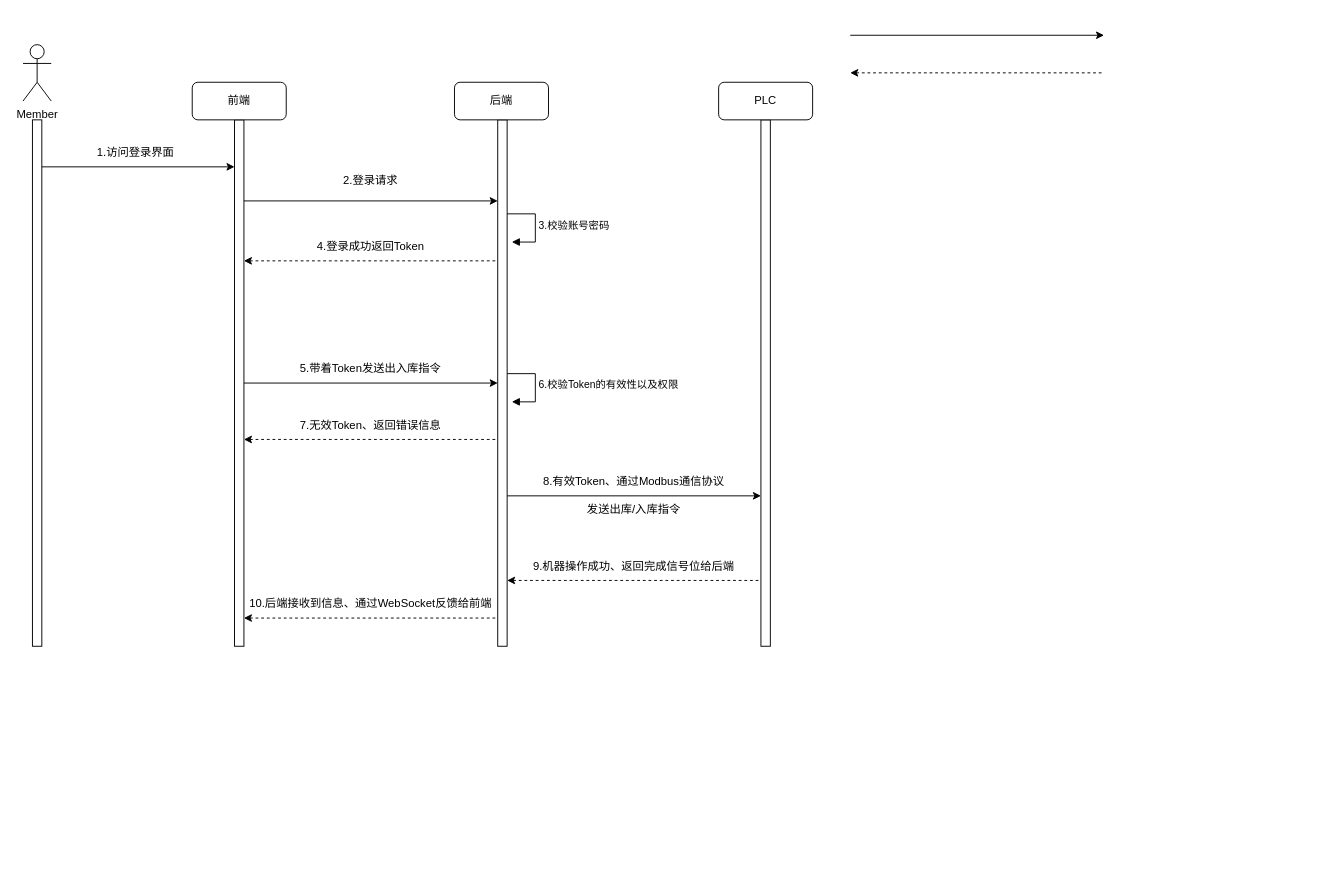
D1isney/notes keeps this draw.io diagram as page "时序图" (2 of 5) of mspaint/毕设WMS.drawio. Above is the earlier version. Source tidied: cells renumbered, new cells numbered last; positions are measured from the earlier drawing's top-left corner, leaving out a move shared by most shapes. Both pictures are drawn from the tidied source at 94%, with x=0, y=0 at pixel (23, 35).
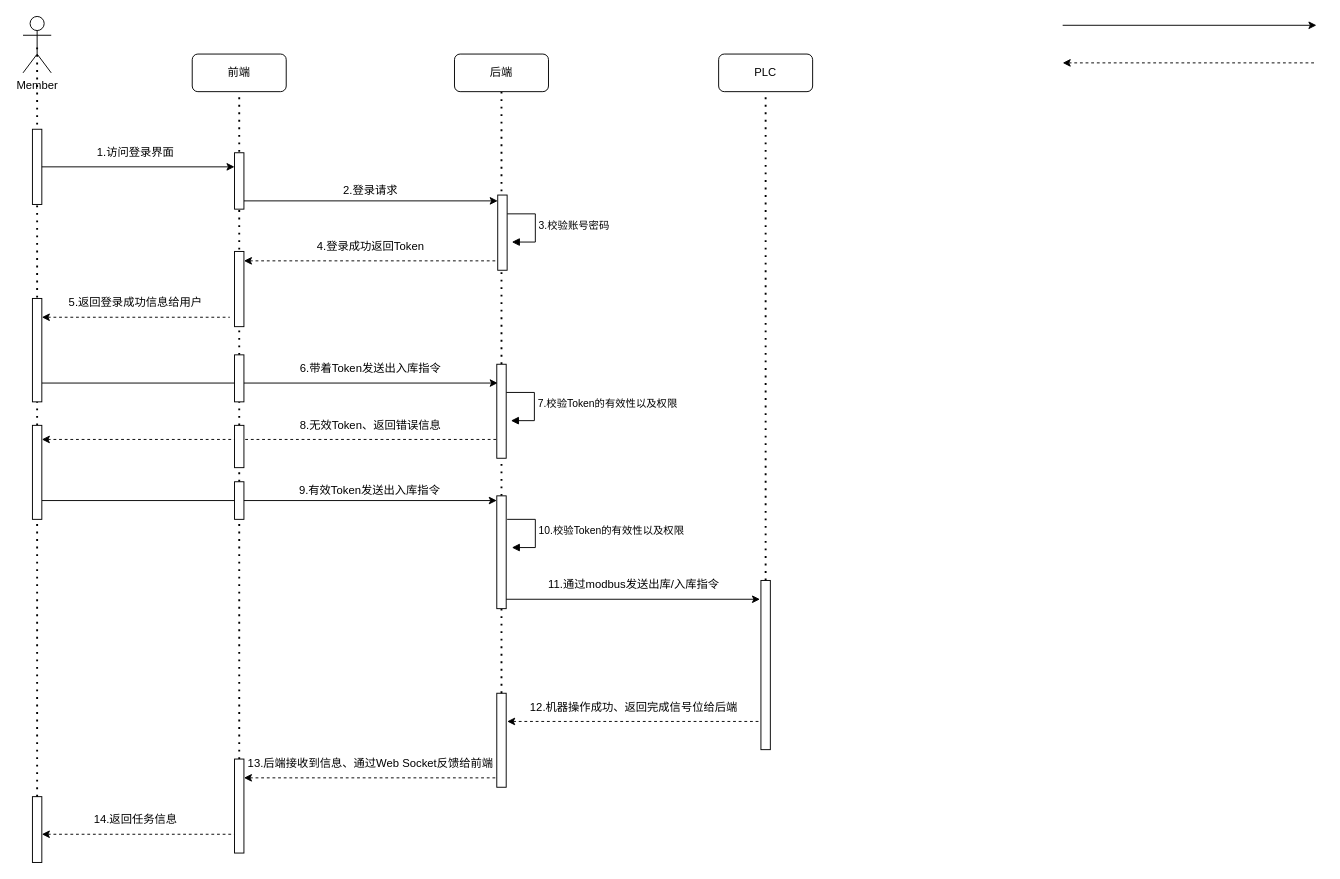
The same page after the edit.

What changed in the source:
```diff
@@
+    <mxCell id="31" style="endArrow=none;dashed=1;html=1;dashPattern=1 3;strokeWidth=2;rounded=0;entryX=0.5;entryY=1;entryDx=0;entryDy=0;" parent="1" edge="1" source="47" target="8">
+      <mxGeometry relative="1" as="geometry" />
+    </mxCell>
+    <mxCell id="32" style="endArrow=none;dashed=1;html=1;dashPattern=1 3;strokeWidth=2;rounded=0;entryX=0.5;entryY=1;entryDx=0;entryDy=0;" parent="1" edge="1" source="55" target="5">
+      <mxGeometry relative="1" as="geometry" />
+    </mxCell>
+    <mxCell id="33" style="endArrow=none;dashed=1;html=1;dashPattern=1 3;strokeWidth=2;rounded=0;entryX=0.5;entryY=0.5;entryDx=0;entryDy=0;entryPerimeter=0;" parent="1" edge="1" source="45" target="2">
+      <mxGeometry relative="1" as="geometry" />
+    </mxCell>
     <mxCell id="2" value="Member" style="shape=umlActor;verticalLabelPosition=bottom;verticalAlign=top;html=1;outlineConnect=0;" parent="1" vertex="1">
-      <mxGeometry y="10" width="30" height="60" as="geometry" />
+      <mxGeometry y="-20" width="30" height="60" as="geometry" />
     </mxCell>
     <mxCell id="3" style="html=1;points=[[0,0,0,0,5],[0,1,0,0,-5],[1,0,0,0,5],[1,1,0,0,-5]];perimeter=orthogonalPerimeter;outlineConnect=0;targetShapes=umlLifeline;portConstraint=eastwest;newEdgeStyle={&quot;curved&quot;:0,&quot;rounded&quot;:0};" parent="1" vertex="1">
-      <mxGeometry x="785" y="90" width="10" height="560" as="geometry" />
+      <mxGeometry x="785" y="580" width="10" height="180" as="geometry" />
     </mxCell>
-    <mxCell id="4" style="html=1;points=[[0,0,0,0,5],[0,1,0,0,-5],[1,0,0,0,5],[1,1,0,0,-5]];perimeter=orthogonalPerimeter;outlineConnect=0;targetShapes=umlLifeline;portConstraint=eastwest;newEdgeStyle={&quot;curved&quot;:0,&quot;rounded&quot;:0};" parent="1" vertex="1">
-      <mxGeometry x="225" y="90" width="10" height="560" as="geometry" />
-    </mxCell>
     <mxCell id="5" value="前端" style="rounded=1;whiteSpace=wrap;html=1;" parent="1" vertex="1">
-      <mxGeometry x="180" y="50" width="100" height="40" as="geometry" />
+      <mxGeometry x="180" y="20" width="100" height="40" as="geometry" />
     </mxCell>
-    <mxCell id="6" style="endArrow=classic;html=1;rounded=0;entryX=0;entryY=0.154;entryDx=0;entryDy=0;entryPerimeter=0;" parent="1" edge="1" source="4" target="7">
-      <mxGeometry relative="1" as="geometry" />
+    <mxCell id="6" style="endArrow=classic;html=1;rounded=0;entryX=0;entryY=0.154;entryDx=0;entryDy=0;entryPerimeter=0;" parent="1" edge="1">
+      <mxGeometry relative="1" as="geometry">
+        <mxPoint x="235" y="176.2" as="sourcePoint" />
+        <mxPoint x="505" y="176.2" as="targetPoint" />
+      </mxGeometry>
     </mxCell>
-    <mxCell id="7" style="html=1;points=[[0,0,0,0,5],[0,1,0,0,-5],[1,0,0,0,5],[1,1,0,0,-5]];perimeter=orthogonalPerimeter;outlineConnect=0;targetShapes=umlLifeline;portConstraint=eastwest;newEdgeStyle={&quot;curved&quot;:0,&quot;rounded&quot;:0};" parent="1" vertex="1">
-      <mxGeometry x="505" y="90" width="10" height="560" as="geometry" />
-    </mxCell>
     <mxCell id="8" value="后端" style="rounded=1;whiteSpace=wrap;html=1;" parent="1" vertex="1">
-      <mxGeometry x="459" y="50" width="100" height="40" as="geometry" />
+      <mxGeometry x="459" y="20" width="100" height="40" as="geometry" />
     </mxCell>
     <mxCell id="9" value="2.登录请求" style="text;html=1;align=center;verticalAlign=middle;whiteSpace=wrap;rounded=0;" parent="1" vertex="1">
-      <mxGeometry x="235" y="140" width="270" height="30" as="geometry" />
+      <mxGeometry x="235" y="150" width="270" height="30" as="geometry" />
     </mxCell>
@@
-    <mxCell id="12" style="endArrow=classic;html=1;rounded=0;" parent="1" edge="1" source="4" target="7">
-      <mxGeometry relative="1" as="geometry" />
+    <mxCell id="12" style="endArrow=classic;html=1;rounded=0;" parent="1" edge="1" source="37">
+      <mxGeometry relative="1" as="geometry">
+        <mxPoint x="505" y="370" as="targetPoint" />
+      </mxGeometry>
     </mxCell>
-    <mxCell id="13" value="5.带着Token发送出入库指令" style="text;html=1;align=center;verticalAlign=middle;whiteSpace=wrap;rounded=0;" parent="1" vertex="1">
+    <mxCell id="13" value="6.带着Token发送出入库指令" style="text;html=1;align=center;verticalAlign=middle;whiteSpace=wrap;rounded=0;" parent="1" vertex="1">
       <mxGeometry x="235" y="340" width="270" height="30" as="geometry" />
     </mxCell>
-    <mxCell id="14" value="6.校验Token的有效性以及权限" style="html=1;align=left;spacingLeft=2;endArrow=block;rounded=0;edgeStyle=orthogonalEdgeStyle;curved=0;rounded=0;" parent="1" edge="1">
+    <mxCell id="14" value="7.校验Token的有效性以及权限" style="html=1;align=left;spacingLeft=2;endArrow=block;rounded=0;edgeStyle=orthogonalEdgeStyle;curved=0;rounded=0;" parent="1" edge="1">
       <mxGeometry x="-0.01" relative="1" as="geometry">
-        <mxPoint x="515" y="360" as="sourcePoint" />
-        <mxPoint x="520" y="390" as="targetPoint" />
+        <mxPoint x="514" y="380" as="sourcePoint" />
+        <mxPoint x="519" y="410" as="targetPoint" />
         <Array as="points">
-          <mxPoint x="545" y="390" />
+          <mxPoint x="544" y="410" />
         </Array>
       </mxGeometry>
     </mxCell>
     <mxCell id="15" style="endArrow=classic;html=1;rounded=0;" parent="1" edge="1">
       <mxGeometry relative="1" as="geometry">
-        <mxPoint x="880" as="sourcePoint" />
-        <mxPoint x="1150" as="targetPoint" />
+        <mxPoint x="1106" y="-10.6" as="sourcePoint" />
+        <mxPoint x="1376" y="-10.6" as="targetPoint" />
       </mxGeometry>
     </mxCell>
-    <mxCell id="16" style="endArrow=classic;html=1;rounded=0;" parent="1" edge="1">
-      <mxGeometry relative="1" as="geometry">
-        <mxPoint x="515" y="490" as="sourcePoint" />
-        <mxPoint x="785" y="490" as="targetPoint" />
-      </mxGeometry>
+    <mxCell id="16" style="endArrow=classic;html=1;rounded=0;entryX=0;entryY=0;entryDx=0;entryDy=5;entryPerimeter=0;" parent="1" edge="1" source="45" target="49">
+      <mxGeometry relative="1" as="geometry" />
     </mxCell>
-    <mxCell id="17" value="8.有效Token、通过Modbus通信协议" style="text;html=1;align=center;verticalAlign=middle;whiteSpace=wrap;rounded=0;" parent="1" vertex="1">
-      <mxGeometry x="515" y="460" width="270" height="30" as="geometry" />
+    <mxCell id="17" value="9.有效Token发送出入库指令" style="text;html=1;align=center;verticalAlign=middle;whiteSpace=wrap;rounded=0;" parent="1" vertex="1">
+      <mxGeometry x="234" y="470" width="270" height="30" as="geometry" />
     </mxCell>
-    <mxCell id="18" value="发送出库/入库指令" style="text;html=1;align=center;verticalAlign=middle;whiteSpace=wrap;rounded=0;" parent="1" vertex="1">
-      <mxGeometry x="515" y="490" width="270" height="30" as="geometry" />
+    <mxCell id="18" value="11.通过modbus发送出库/入库指令" style="text;html=1;align=center;verticalAlign=middle;whiteSpace=wrap;rounded=0;" parent="1" vertex="1">
+      <mxGeometry x="515" y="570" width="270" height="30" as="geometry" />
     </mxCell>
     <mxCell id="19" style="endArrow=none;html=1;rounded=0;dashed=1;startArrow=classic;startFill=1;endFill=0;" parent="1" edge="1">
       <mxGeometry relative="1" as="geometry">
-        <mxPoint x="880" y="40" as="sourcePoint" />
-        <mxPoint x="1150" y="40" as="targetPoint" />
+        <mxPoint x="1106" y="29.4" as="sourcePoint" />
+        <mxPoint x="1376" y="29.4" as="targetPoint" />
       </mxGeometry>
     </mxCell>
-    <mxCell id="20" style="endArrow=none;html=1;rounded=0;dashed=1;startArrow=classic;startFill=1;endFill=0;" parent="1" edge="1">
+    <mxCell id="20" style="endArrow=none;html=1;rounded=0;dashed=1;startArrow=classic;startFill=1;endFill=0;" parent="1" edge="1" source="45">
       <mxGeometry relative="1" as="geometry">
-        <mxPoint x="235" y="430" as="sourcePoint" />
         <mxPoint x="505" y="430" as="targetPoint" />
       </mxGeometry>
     </mxCell>
-    <mxCell id="21" value="7.无效Token、返回错误信息" style="text;html=1;align=center;verticalAlign=middle;whiteSpace=wrap;rounded=0;" parent="1" vertex="1">
+    <mxCell id="21" value="8.无效Token、返回错误信息" style="text;html=1;align=center;verticalAlign=middle;whiteSpace=wrap;rounded=0;" parent="1" vertex="1">
       <mxGeometry x="235" y="400" width="270" height="30" as="geometry" />
     </mxCell>
-    <mxCell id="22" style="endArrow=none;html=1;rounded=0;dashed=1;startArrow=classic;startFill=1;endFill=0;" parent="1" edge="1">
+    <mxCell id="22" style="endArrow=none;html=1;rounded=0;dashed=1;startArrow=classic;startFill=1;endFill=0;exitX=0;exitY=1;exitDx=0;exitDy=0;" parent="1" edge="1" source="23">
       <mxGeometry relative="1" as="geometry">
-        <mxPoint x="515" y="580" as="sourcePoint" />
-        <mxPoint x="785" y="580" as="targetPoint" />
+        <mxPoint x="785" y="730" as="targetPoint" />
       </mxGeometry>
     </mxCell>
-    <mxCell id="23" value="9.机器操作成功、返回完成信号位给后端" style="text;html=1;align=center;verticalAlign=middle;whiteSpace=wrap;rounded=0;" parent="1" vertex="1">
-      <mxGeometry x="515" y="550" width="270" height="30" as="geometry" />
+    <mxCell id="23" value="12.机器操作成功、返回完成信号位给后端" style="text;html=1;align=center;verticalAlign=middle;whiteSpace=wrap;rounded=0;" parent="1" vertex="1">
+      <mxGeometry x="515" y="700" width="270" height="30" as="geometry" />
     </mxCell>
     <mxCell id="24" style="endArrow=none;html=1;rounded=0;dashed=1;startArrow=classic;startFill=1;endFill=0;" parent="1" edge="1">
       <mxGeometry relative="1" as="geometry">
-        <mxPoint x="235" y="620" as="sourcePoint" />
-        <mxPoint x="505" y="620" as="targetPoint" />
+        <mxPoint x="235" y="790" as="sourcePoint" />
+        <mxPoint x="505" y="790" as="targetPoint" />
       </mxGeometry>
     </mxCell>
-    <mxCell id="25" value="10.后端接收到信息、通过WebSocket反馈给前端" style="text;html=1;align=center;verticalAlign=middle;whiteSpace=wrap;rounded=0;" parent="1" vertex="1">
-      <mxGeometry x="235" y="590" width="270" height="30" as="geometry" />
+    <mxCell id="25" value="13.后端接收到信息、通过Web Socket反馈给前端" style="text;html=1;align=center;verticalAlign=middle;whiteSpace=wrap;rounded=0;" parent="1" vertex="1">
+      <mxGeometry x="235" y="760" width="270" height="30" as="geometry" />
     </mxCell>
     <mxCell id="26" value="PLC" style="rounded=1;whiteSpace=wrap;html=1;" parent="1" vertex="1">
-      <mxGeometry x="740" y="50" width="100" height="40" as="geometry" />
+      <mxGeometry x="740" y="20" width="100" height="40" as="geometry" />
     </mxCell>
     <mxCell id="27" style="html=1;perimeter=orthogonalPerimeter;targetShapes=umlLifeline;newEdgeStyle={&quot;curved&quot;:0,&quot;rounded&quot;:0};" parent="1" vertex="1">
-      <mxGeometry x="10" y="90" width="10" height="560" as="geometry" />
+      <mxGeometry x="10" y="100" width="10" height="80" as="geometry" />
     </mxCell>
@@
+    <mxCell id="34" style="html=1;perimeter=orthogonalPerimeter;targetShapes=umlLifeline;newEdgeStyle={&quot;curved&quot;:0,&quot;rounded&quot;:0};" parent="1" vertex="1">
+      <mxGeometry x="225" y="125" width="10" height="60" as="geometry" />
+    </mxCell>
+    <mxCell id="35" style="html=1;perimeter=orthogonalPerimeter;targetShapes=umlLifeline;newEdgeStyle={&quot;curved&quot;:0,&quot;rounded&quot;:0};" parent="1" vertex="1">
+      <mxGeometry x="505" y="170" width="10" height="80" as="geometry" />
+    </mxCell>
+    <mxCell id="36" style="html=1;perimeter=orthogonalPerimeter;targetShapes=umlLifeline;newEdgeStyle={&quot;curved&quot;:0,&quot;rounded&quot;:0};" parent="1" vertex="1">
+      <mxGeometry x="225" y="230" width="10" height="80" as="geometry" />
+    </mxCell>
+    <mxCell id="37" style="html=1;points=[[0,0,0,0,5],[0,1,0,0,-5],[1,0,0,0,5],[1,1,0,0,-5]];perimeter=orthogonalPerimeter;outlineConnect=0;targetShapes=umlLifeline;portConstraint=eastwest;newEdgeStyle={&quot;curved&quot;:0,&quot;rounded&quot;:0};" parent="1" vertex="1">
+      <mxGeometry x="10" y="280" width="10" height="110" as="geometry" />
+    </mxCell>
+    <mxCell id="38" style="endArrow=none;html=1;rounded=0;dashed=1;startArrow=classic;startFill=1;endFill=0;" parent="1" edge="1">
+      <mxGeometry relative="1" as="geometry">
+        <mxPoint x="20" y="300" as="sourcePoint" />
+        <mxPoint x="220" y="300" as="targetPoint" />
+      </mxGeometry>
+    </mxCell>
+    <mxCell id="39" style="html=1;points=[[0,0,0,0,5],[0,1,0,0,-5],[1,0,0,0,5],[1,1,0,0,-5]];perimeter=orthogonalPerimeter;outlineConnect=0;targetShapes=umlLifeline;portConstraint=eastwest;newEdgeStyle={&quot;curved&quot;:0,&quot;rounded&quot;:0};" parent="1" vertex="1">
+      <mxGeometry x="225" y="770" width="10" height="100" as="geometry" />
+    </mxCell>
+    <mxCell id="40" style="html=1;points=[[0,0,0,0,5],[0,1,0,0,-5],[1,0,0,0,5],[1,1,0,0,-5]];perimeter=orthogonalPerimeter;outlineConnect=0;targetShapes=umlLifeline;portConstraint=eastwest;newEdgeStyle={&quot;curved&quot;:0,&quot;rounded&quot;:0};" parent="1" vertex="1">
+      <mxGeometry x="504" y="700" width="10" height="100" as="geometry" />
+    </mxCell>
+    <mxCell id="41" style="endArrow=none;html=1;rounded=0;dashed=1;startArrow=classic;startFill=1;endFill=0;" parent="1" edge="1" source="42">
+      <mxGeometry relative="1" as="geometry">
+        <mxPoint x="225" y="850" as="targetPoint" />
+      </mxGeometry>
+    </mxCell>
+    <mxCell id="42" style="html=1;points=[[0,0,0,0,5],[0,1,0,0,-5],[1,0,0,0,5],[1,1,0,0,-5]];perimeter=orthogonalPerimeter;outlineConnect=0;targetShapes=umlLifeline;portConstraint=eastwest;newEdgeStyle={&quot;curved&quot;:0,&quot;rounded&quot;:0};" parent="1" vertex="1">
+      <mxGeometry x="10" y="810" width="10" height="70" as="geometry" />
+    </mxCell>
+    <mxCell id="43" style="endArrow=none;dashed=1;html=1;dashPattern=1 3;strokeWidth=2;rounded=0;entryX=0.5;entryY=1;entryDx=0;entryDy=0;" parent="1" edge="1" source="3" target="26">
+      <mxGeometry relative="1" as="geometry" />
+    </mxCell>
+    <mxCell id="44" style="endArrow=none;dashed=1;html=1;dashPattern=1 3;strokeWidth=2;rounded=0;entryX=0.5;entryY=0.5;entryDx=0;entryDy=0;entryPerimeter=0;" parent="1" edge="1" source="42" target="45">
+      <mxGeometry relative="1" as="geometry" />
+    </mxCell>
+    <mxCell id="45" style="html=1;points=[[0,0,0,0,5],[0,1,0,0,-5],[1,0,0,0,5],[1,1,0,0,-5]];perimeter=orthogonalPerimeter;outlineConnect=0;targetShapes=umlLifeline;portConstraint=eastwest;newEdgeStyle={&quot;curved&quot;:0,&quot;rounded&quot;:0};" parent="1" vertex="1">
+      <mxGeometry x="10" y="415" width="10" height="100" as="geometry" />
+    </mxCell>
+    <mxCell id="46" style="endArrow=none;dashed=1;html=1;dashPattern=1 3;strokeWidth=2;rounded=0;entryX=0.5;entryY=1;entryDx=0;entryDy=0;" parent="1" edge="1" source="49" target="47">
+      <mxGeometry relative="1" as="geometry" />
+    </mxCell>
+    <mxCell id="47" style="html=1;points=[[0,0,0,0,5],[0,1,0,0,-5],[1,0,0,0,5],[1,1,0,0,-5]];perimeter=orthogonalPerimeter;outlineConnect=0;targetShapes=umlLifeline;portConstraint=eastwest;newEdgeStyle={&quot;curved&quot;:0,&quot;rounded&quot;:0};" parent="1" vertex="1">
+      <mxGeometry x="504" y="350" width="10" height="100" as="geometry" />
+    </mxCell>
+    <mxCell id="48" style="endArrow=none;dashed=1;html=1;dashPattern=1 3;strokeWidth=2;rounded=0;entryX=0.5;entryY=1;entryDx=0;entryDy=0;" parent="1" edge="1" source="40" target="49">
+      <mxGeometry relative="1" as="geometry" />
+    </mxCell>
+    <mxCell id="49" style="html=1;points=[[0,0,0,0,5],[0,1,0,0,-5],[1,0,0,0,5],[1,1,0,0,-5]];perimeter=orthogonalPerimeter;outlineConnect=0;targetShapes=umlLifeline;portConstraint=eastwest;newEdgeStyle={&quot;curved&quot;:0,&quot;rounded&quot;:0};" parent="1" vertex="1">
+      <mxGeometry x="504" y="490" width="10" height="120" as="geometry" />
+    </mxCell>
+    <mxCell id="50" value="5.返回登录成功信息给用户" style="text;html=1;align=center;verticalAlign=middle;whiteSpace=wrap;rounded=0;" parent="1" vertex="1">
+      <mxGeometry x="20" y="270" width="200" height="30" as="geometry" />
+    </mxCell>
+    <mxCell id="51" value="10.校验Token的有效性以及权限" style="html=1;align=left;spacingLeft=2;endArrow=block;rounded=0;edgeStyle=orthogonalEdgeStyle;curved=0;rounded=0;" parent="1" edge="1">
+      <mxGeometry x="-0.01" relative="1" as="geometry">
+        <mxPoint x="515" y="515" as="sourcePoint" />
+        <mxPoint x="520" y="545" as="targetPoint" />
+        <Array as="points">
+          <mxPoint x="545" y="545" />
+        </Array>
+      </mxGeometry>
+    </mxCell>
+    <mxCell id="52" style="endArrow=classic;html=1;rounded=0;" parent="1" edge="1">
+      <mxGeometry relative="1" as="geometry">
+        <mxPoint x="514" y="600" as="sourcePoint" />
+        <mxPoint x="784" y="600" as="targetPoint" />
+      </mxGeometry>
+    </mxCell>
+    <mxCell id="53" value="14.返回任务信息" style="text;html=1;align=center;verticalAlign=middle;whiteSpace=wrap;rounded=0;" parent="1" vertex="1">
+      <mxGeometry x="20" y="820" width="200" height="30" as="geometry" />
+    </mxCell>
+    <mxCell id="54" style="endArrow=none;dashed=1;html=1;dashPattern=1 3;strokeWidth=2;rounded=0;entryX=0.5;entryY=1;entryDx=0;entryDy=0;" parent="1" edge="1" source="57" target="55">
+      <mxGeometry relative="1" as="geometry" />
+    </mxCell>
+    <mxCell id="55" style="html=1;points=[[0,0,0,0,5],[0,1,0,0,-5],[1,0,0,0,5],[1,1,0,0,-5]];perimeter=orthogonalPerimeter;outlineConnect=0;targetShapes=umlLifeline;portConstraint=eastwest;newEdgeStyle={&quot;curved&quot;:0,&quot;rounded&quot;:0};" parent="1" vertex="1">
+      <mxGeometry x="225" y="340" width="10" height="50" as="geometry" />
+    </mxCell>
+    <mxCell id="56" style="endArrow=none;dashed=1;html=1;dashPattern=1 3;strokeWidth=2;rounded=0;entryX=0.5;entryY=1;entryDx=0;entryDy=0;" parent="1" edge="1" source="59" target="57">
+      <mxGeometry relative="1" as="geometry" />
+    </mxCell>
+    <mxCell id="57" style="html=1;points=[[0,0,0,0,5],[0,1,0,0,-5],[1,0,0,0,5],[1,1,0,0,-5]];perimeter=orthogonalPerimeter;outlineConnect=0;targetShapes=umlLifeline;portConstraint=eastwest;newEdgeStyle={&quot;curved&quot;:0,&quot;rounded&quot;:0};" parent="1" vertex="1">
+      <mxGeometry x="225" y="415" width="10" height="45" as="geometry" />
+    </mxCell>
+    <mxCell id="58" style="endArrow=none;dashed=1;html=1;dashPattern=1 3;strokeWidth=2;rounded=0;entryX=0.5;entryY=1;entryDx=0;entryDy=0;" parent="1" edge="1" source="39" target="59">
+      <mxGeometry relative="1" as="geometry" />
+    </mxCell>
+    <mxCell id="59" style="html=1;points=[[0,0,0,0,5],[0,1,0,0,-5],[1,0,0,0,5],[1,1,0,0,-5]];perimeter=orthogonalPerimeter;outlineConnect=0;targetShapes=umlLifeline;portConstraint=eastwest;newEdgeStyle={&quot;curved&quot;:0,&quot;rounded&quot;:0};" parent="1" vertex="1">
+      <mxGeometry x="225" y="475" width="10" height="40" as="geometry" />
+    </mxCell>
```
